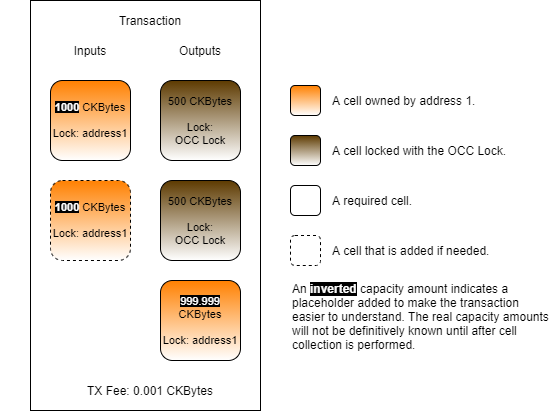
This is .gitbook/assets/create-transaction-structure (1).png from jordanmack/developer-training-course-documentation, a draw.io export, as it was before one commit. Source tidied: cells renumbered, new cells last; positions are measured from the earlier drawing's top-left corner, leaving out a move shared by most shapes.
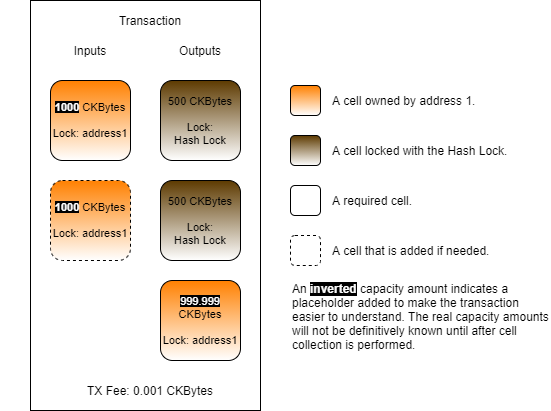
Above is the later version.

Diff of the diagram source:
```diff
@@ -17,15 +17,12 @@
     <mxCell id="6" value="TX Fee: 0.001 CKBytes" style="text;html=1;strokeColor=none;fillColor=none;align=center;verticalAlign=middle;whiteSpace=wrap;rounded=0;" parent="1" vertex="1">
       <mxGeometry x="50" y="380" width="200" height="20" as="geometry" />
     </mxCell>
-    <mxCell id="7" value="500 CKBytes&lt;br&gt;&lt;br&gt;Lock:&lt;br&gt;OCC Lock" style="rounded=1;whiteSpace=wrap;html=1;fontSize=11;gradientColor=#ffffff;fillColor=#5D3A00;" parent="1" vertex="1">
+    <mxCell id="7" value="500 CKBytes&lt;br&gt;&lt;br&gt;Lock:&lt;br&gt;Hash Lock" style="rounded=1;whiteSpace=wrap;html=1;fontSize=11;gradientColor=#ffffff;fillColor=#5D3A00;" parent="1" vertex="1">
       <mxGeometry x="160" y="80" width="80" height="80" as="geometry" />
     </mxCell>
     <mxCell id="8" value="&lt;b&gt;&lt;font style=&quot;background-color: rgb(0 , 0 , 0)&quot; color=&quot;#ffffff&quot;&gt;1000&lt;/font&gt;&lt;/b&gt;&amp;nbsp;CKBytes&lt;br&gt;&lt;br&gt;Lock: address1" style="rounded=1;whiteSpace=wrap;html=1;fontSize=11;gradientColor=#ffffff;fillColor=#FF8000;" parent="1" vertex="1">
       <mxGeometry x="50" y="80" width="80" height="80" as="geometry" />
     </mxCell>
-    <mxCell id="9" value="500 CKBytes&lt;br&gt;&lt;br&gt;Lock:&lt;br&gt;OCC Lock" style="rounded=1;whiteSpace=wrap;html=1;fontSize=11;gradientColor=#ffffff;fillColor=#5D3A00;" parent="1" vertex="1">
-      <mxGeometry x="160" y="180" width="80" height="80" as="geometry" />
-    </mxCell>
     <mxCell id="10" value="&lt;font color=&quot;#ffffff&quot; style=&quot;background-color: rgb(0 , 0 , 0)&quot;&gt;999.999&lt;/font&gt; CKBytes&lt;br&gt;&lt;br&gt;Lock: address1" style="rounded=1;whiteSpace=wrap;html=1;fontSize=11;gradientColor=#ffffff;fillColor=#FF8000;" parent="1" vertex="1">
       <mxGeometry x="160" y="280" width="80" height="80" as="geometry" />
     </mxCell>
@@ -44,7 +41,7 @@
     <mxCell id="15" value="A cell owned by address 1." style="text;html=1;strokeColor=none;fillColor=none;align=left;verticalAlign=middle;whiteSpace=wrap;rounded=0;dashed=1;" parent="1" vertex="1">
       <mxGeometry x="330" y="90" width="220" height="20" as="geometry" />
     </mxCell>
-    <mxCell id="16" value="A cell locked with the OCC Lock." style="text;html=1;strokeColor=none;fillColor=none;align=left;verticalAlign=middle;whiteSpace=wrap;rounded=0;dashed=1;" parent="1" vertex="1">
+    <mxCell id="16" value="A cell locked with the Hash Lock." style="text;html=1;strokeColor=none;fillColor=none;align=left;verticalAlign=middle;whiteSpace=wrap;rounded=0;dashed=1;" parent="1" vertex="1">
       <mxGeometry x="330" y="140" width="220" height="20" as="geometry" />
     </mxCell>
     <mxCell id="17" value="A required cell." style="text;html=1;strokeColor=none;fillColor=none;align=left;verticalAlign=middle;whiteSpace=wrap;rounded=0;dashed=1;" parent="1" vertex="1">
@@ -59,5 +56,8 @@
     <mxCell id="20" value="&lt;b&gt;&lt;font style=&quot;background-color: rgb(0 , 0 , 0)&quot; color=&quot;#ffffff&quot;&gt;1000&lt;/font&gt;&lt;/b&gt;&amp;nbsp;CKBytes&lt;br&gt;&lt;br&gt;Lock: address1" style="rounded=1;whiteSpace=wrap;html=1;fontSize=11;gradientColor=#ffffff;fillColor=#FF8000;dashed=1;" parent="1" vertex="1">
       <mxGeometry x="50" y="180" width="80" height="80" as="geometry" />
     </mxCell>
+    <mxCell id="21" value="500 CKBytes&lt;br&gt;&lt;br&gt;Lock:&lt;br&gt;Hash Lock" style="rounded=1;whiteSpace=wrap;html=1;fontSize=11;gradientColor=#ffffff;fillColor=#5D3A00;" parent="1" vertex="1">
+      <mxGeometry x="160" y="180" width="80" height="80" as="geometry" />
+    </mxCell>
   </root>
 </mxGraphModel>
```
